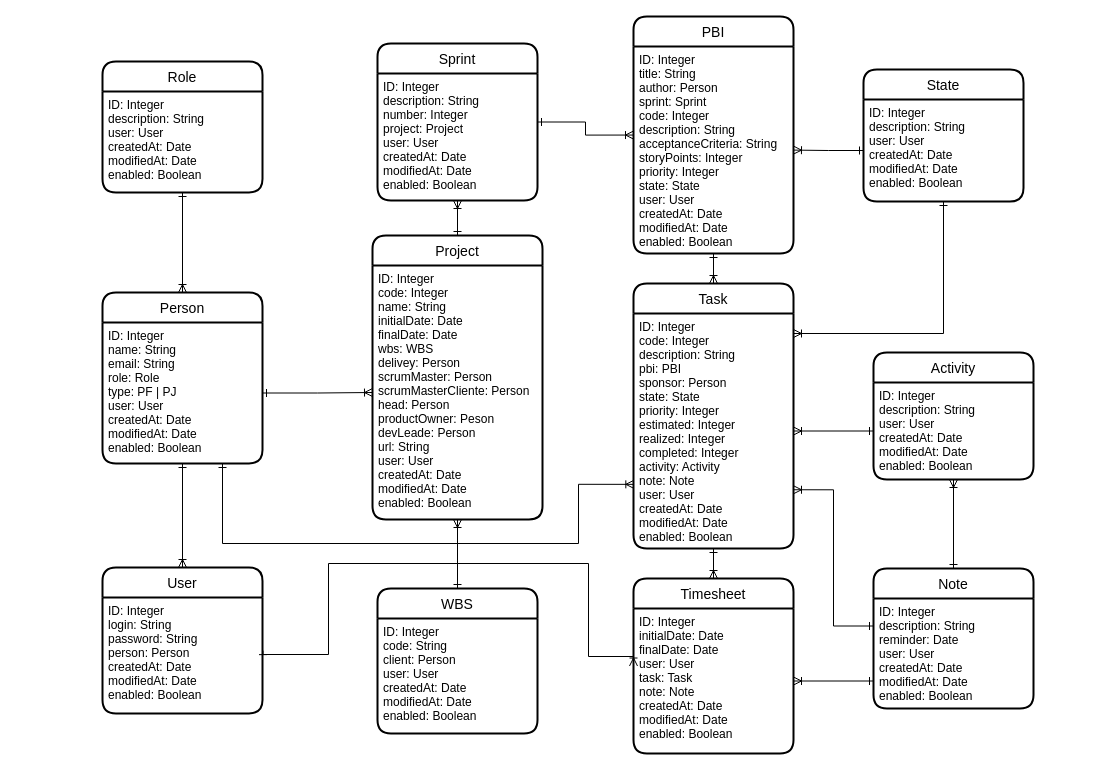
Before: modelo_dados.drawio in marcoscrocci/timesheet, a draw.io diagram. Source tidied: cells renumbered, new cells numbered last; positions are measured from the earlier drawing's top-left corner, leaving out a move shared by most shapes. Both pictures are drawn from the tidied source at 100%, with x=0, y=0 at pixel (102, 16).
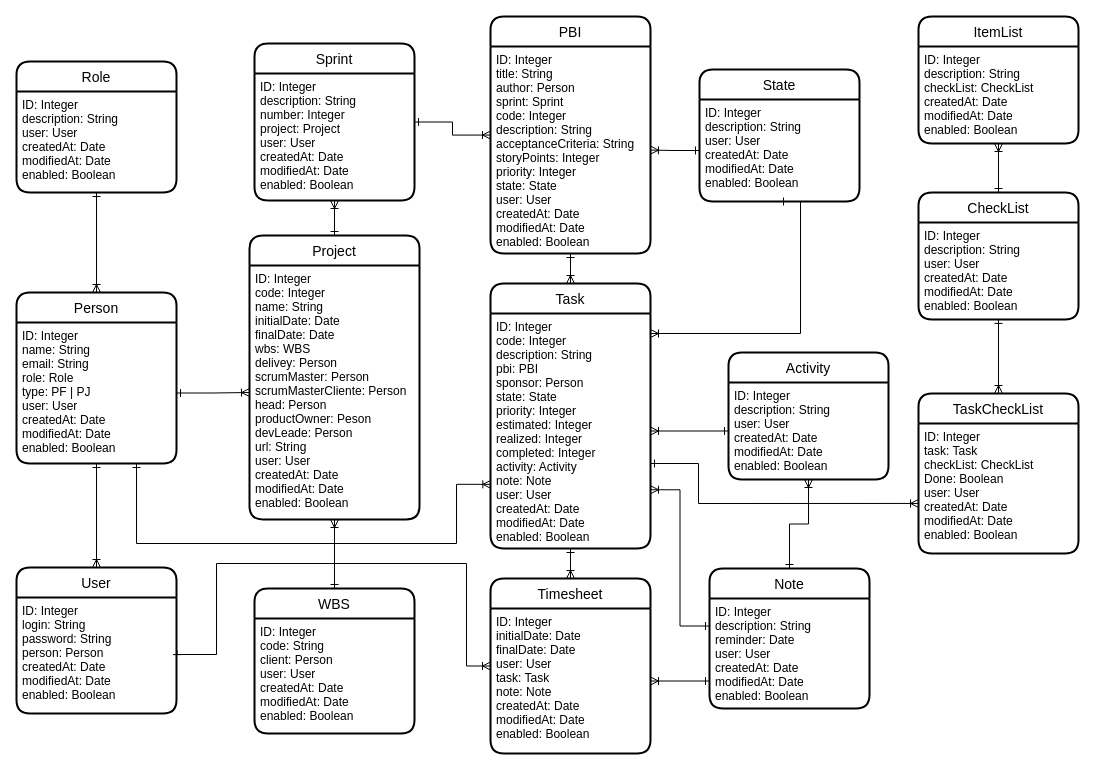
The same diagram, later.

The change refers to these unchanged cells:
```xml
<mxCell id="6" value="ID: Integer&#10;name: String&#10;email: String&#10;role: Role&#10;type: PF | PJ&#10;user: User&#10;createdAt: Date&#10;modifiedAt: Date&#10;enabled: Boolean" style="align=left;strokeColor=none;fillColor=none;spacingLeft=4;fontSize=12;verticalAlign=top;" parent="5" vertex="1">
  <mxGeometry y="30" width="160" height="141" as="geometry" />
</mxCell>
<mxCell id="12" value="ID: Integer&#10;code: Integer&#10;description: String&#10;pbi: PBI&#10;sponsor: Person&#10;state: State&#10;priority: Integer&#10;estimated: Integer&#10;realized: Integer&#10;completed: Integer&#10;activity: Activity&#10;note: Note&#10;user: User&#10;createdAt: Date&#10;modifiedAt: Date&#10;enabled: Boolean" style="align=left;strokeColor=none;fillColor=none;spacingLeft=4;fontSize=12;verticalAlign=top;" parent="11" vertex="1">
  <mxGeometry y="30" width="160" height="235" as="geometry" />
</mxCell>
<mxCell id="22" value="ID: Integer&#10;description: String&#10;user: User&#10;createdAt: Date&#10;modifiedAt: Date&#10;enabled: Boolean" style="align=left;strokeColor=none;fillColor=none;spacingLeft=4;fontSize=12;verticalAlign=top;" parent="21" vertex="1">
  <mxGeometry y="30" width="160" height="102" as="geometry" />
</mxCell>
<mxCell id="37" value="ID: Integer&#10;login: String&#10;password: String&#10;person: Person&#10;createdAt: Date&#10;modifiedAt: Date&#10;enabled: Boolean" style="align=left;strokeColor=none;fillColor=none;spacingLeft=4;fontSize=12;verticalAlign=top;" parent="36" vertex="1">
  <mxGeometry y="30" width="160" height="116" as="geometry" />
</mxCell>
```

Diff of the diagram source:
```diff
@@
     <mxCell id="3" value="Project" style="swimlane;horizontal=1;startSize=30;rounded=1;fontSize=14;fontStyle=0;strokeWidth=2;shadow=0;dashed=0;align=center;" parent="1" vertex="1">
-      <mxGeometry x="270" y="219" width="170" height="284" as="geometry" />
+      <mxGeometry x="147" y="219" width="170" height="284" as="geometry" />
     </mxCell>
@@
     <mxCell id="5" value="Person" style="swimlane;horizontal=1;startSize=30;rounded=1;fontSize=14;fontStyle=0;strokeWidth=2;shadow=0;dashed=0;align=center;" parent="1" vertex="1">
-      <mxGeometry y="276" width="160" height="171" as="geometry" />
+      <mxGeometry x="-86" y="276" width="160" height="171" as="geometry" />
     </mxCell>
@@
     <mxCell id="9" value="PBI" style="swimlane;horizontal=1;startSize=30;rounded=1;fontSize=14;fontStyle=0;strokeWidth=2;shadow=0;dashed=0;align=center;" parent="1" vertex="1">
-      <mxGeometry x="531" y="0.1" width="160" height="236.9" as="geometry" />
+      <mxGeometry x="388" y="0.1" width="160" height="236.9" as="geometry" />
     </mxCell>
@@
+    <mxCell id="42" style="edgeStyle=orthogonalEdgeStyle;rounded=0;jettySize=auto;html=1;startArrow=ERone;startFill=0;endArrow=ERoneToMany;endFill=0;entryX=0;entryY=0.615;entryDx=0;entryDy=0;entryPerimeter=0;" parent="1" edge="1" source="11" target="49">
+      <mxGeometry relative="1" as="geometry">
+        <Array as="points">
+          <mxPoint x="596" y="447" />
+          <mxPoint x="596" y="487" />
+        </Array>
+      </mxGeometry>
+    </mxCell>
     <mxCell id="11" value="Task" style="swimlane;horizontal=1;startSize=30;rounded=1;fontSize=14;fontStyle=0;strokeWidth=2;shadow=0;dashed=0;align=center;" parent="1" vertex="1">
-      <mxGeometry x="531" y="267" width="160" height="265" as="geometry" />
+      <mxGeometry x="388" y="267" width="160" height="265" as="geometry" />
     </mxCell>
@@
     <mxCell id="13" value="Timesheet" style="swimlane;horizontal=1;startSize=30;rounded=1;fontSize=14;fontStyle=0;strokeWidth=2;shadow=0;dashed=0;align=center;" parent="1" vertex="1">
-      <mxGeometry x="531" y="562" width="160" height="175" as="geometry" />
+      <mxGeometry x="388" y="562" width="160" height="175" as="geometry" />
     </mxCell>
@@
     <mxCell id="16" value="Sprint" style="swimlane;horizontal=1;startSize=30;rounded=1;fontSize=14;fontStyle=0;strokeWidth=2;shadow=0;dashed=0;align=center;" parent="1" vertex="1">
-      <mxGeometry x="275" y="27" width="160" height="157" as="geometry" />
+      <mxGeometry x="152" y="27" width="160" height="157" as="geometry" />
     </mxCell>
@@
     <mxCell id="18" value="Role" style="swimlane;horizontal=1;startSize=30;rounded=1;fontSize=14;fontStyle=0;strokeWidth=2;shadow=0;dashed=0;align=center;" parent="1" vertex="1">
-      <mxGeometry y="45" width="160" height="131" as="geometry" />
+      <mxGeometry x="-86" y="45" width="160" height="131" as="geometry" />
     </mxCell>
@@
     <mxCell id="21" value="State" style="swimlane;horizontal=1;startSize=30;rounded=1;fontSize=14;fontStyle=0;strokeWidth=2;shadow=0;dashed=0;align=center;" parent="1" vertex="1">
-      <mxGeometry x="761" y="53" width="160" height="132" as="geometry" />
+      <mxGeometry x="597" y="53" width="160" height="132" as="geometry" />
     </mxCell>
@@
     <mxCell id="24" style="edgeStyle=orthogonalEdgeStyle;rounded=0;jettySize=auto;html=1;exitX=0.5;exitY=1;exitDx=0;exitDy=0;startArrow=ERone;startFill=0;endArrow=ERoneToMany;endFill=0;" parent="1" edge="1" source="22">
       <mxGeometry relative="1" as="geometry">
-        <mxPoint x="691" y="317" as="targetPoint" />
+        <mxPoint x="548" y="317" as="targetPoint" />
         <Array as="points">
-          <mxPoint x="841" y="317" />
+          <mxPoint x="698" y="317" />
         </Array>
       </mxGeometry>
     </mxCell>
     <mxCell id="25" value="Activity" style="swimlane;horizontal=1;startSize=30;rounded=1;fontSize=14;fontStyle=0;strokeWidth=2;shadow=0;dashed=0;align=center;" parent="1" vertex="1">
-      <mxGeometry x="771" y="336" width="160" height="127" as="geometry" />
+      <mxGeometry x="626" y="336" width="160" height="127" as="geometry" />
     </mxCell>
@@
     <mxCell id="29" value="Note" style="swimlane;horizontal=1;startSize=30;rounded=1;fontSize=14;fontStyle=0;strokeWidth=2;shadow=0;dashed=0;align=center;" parent="1" vertex="1">
-      <mxGeometry x="771" y="552" width="160" height="140" as="geometry" />
+      <mxGeometry x="607" y="552" width="160" height="140" as="geometry" />
     </mxCell>
@@
     <mxCell id="32" value="WBS" style="swimlane;horizontal=1;startSize=30;rounded=1;fontSize=14;fontStyle=0;strokeWidth=2;shadow=0;dashed=0;align=center;" parent="1" vertex="1">
-      <mxGeometry x="275" y="572" width="160" height="145" as="geometry" />
+      <mxGeometry x="152" y="572" width="160" height="145" as="geometry" />
     </mxCell>
@@
     <mxCell id="36" value="User" style="swimlane;horizontal=1;startSize=30;rounded=1;fontSize=14;fontStyle=0;strokeWidth=2;shadow=0;dashed=0;align=center;" parent="1" vertex="1">
-      <mxGeometry y="551" width="160" height="146" as="geometry" />
+      <mxGeometry x="-86" y="551" width="160" height="146" as="geometry" />
     </mxCell>
@@
     <mxCell id="39" style="edgeStyle=orthogonalEdgeStyle;rounded=0;jettySize=auto;html=1;exitX=0.75;exitY=1;exitDx=0;exitDy=0;entryX=0.002;entryY=0.727;entryDx=0;entryDy=0;startArrow=ERone;startFill=0;endArrow=ERoneToMany;endFill=0;entryPerimeter=0;" parent="1" edge="1" source="6" target="12">
       <mxGeometry relative="1" as="geometry">
         <Array as="points">
-          <mxPoint x="120" y="527" />
-          <mxPoint x="476" y="527" />
-          <mxPoint x="476" y="468" />
+          <mxPoint x="34" y="527" />
+          <mxPoint x="354" y="527" />
+          <mxPoint x="354" y="468" />
         </Array>
       </mxGeometry>
     </mxCell>
     <mxCell id="40" style="edgeStyle=orthogonalEdgeStyle;rounded=0;jettySize=auto;html=1;entryX=0;entryY=0.5;entryDx=0;entryDy=0;startArrow=ERone;startFill=0;endArrow=ERoneToMany;endFill=0;exitX=1.003;exitY=0.458;exitDx=0;exitDy=0;exitPerimeter=0;" parent="1" edge="1" source="37" target="13">
       <mxGeometry relative="1" as="geometry">
         <Array as="points">
-          <mxPoint x="226" y="638" />
-          <mxPoint x="226" y="547" />
-          <mxPoint x="486" y="547" />
-          <mxPoint x="486" y="640" />
-          <mxPoint x="531" y="640" />
+          <mxPoint x="74" y="638" />
+          <mxPoint x="114" y="638" />
+          <mxPoint x="114" y="547" />
+          <mxPoint x="364" y="547" />
+          <mxPoint x="364" y="650" />
         </Array>
       </mxGeometry>
     </mxCell>
@@
+    <mxCell id="43" value="CheckList" style="swimlane;horizontal=1;startSize=30;rounded=1;fontSize=14;fontStyle=0;strokeWidth=2;shadow=0;dashed=0;align=center;" parent="1" vertex="1">
+      <mxGeometry x="816" y="176" width="160" height="126.9" as="geometry" />
+    </mxCell>
+    <mxCell id="44" value="ID: Integer&#10;description: String&#10;user: User&#10;createdAt: Date&#10;modifiedAt: Date&#10;enabled: Boolean" style="align=left;strokeColor=none;fillColor=none;spacingLeft=4;fontSize=12;verticalAlign=top;" parent="43" vertex="1">
+      <mxGeometry y="30" width="160" height="96.9" as="geometry" />
+    </mxCell>
+    <mxCell id="45" value="ItemList" style="swimlane;horizontal=1;startSize=30;rounded=1;fontSize=14;fontStyle=0;strokeWidth=2;shadow=0;dashed=0;align=center;" parent="1" vertex="1">
+      <mxGeometry x="816" y="0.1" width="160" height="126.9" as="geometry" />
+    </mxCell>
+    <mxCell id="46" value="ID: Integer&#10;description: String&#10;checkList: CheckList&#10;createdAt: Date&#10;modifiedAt: Date&#10;enabled: Boolean" style="align=left;strokeColor=none;fillColor=none;spacingLeft=4;fontSize=12;verticalAlign=top;" parent="45" vertex="1">
+      <mxGeometry y="30" width="160" height="96.9" as="geometry" />
+    </mxCell>
+    <mxCell id="47" style="edgeStyle=orthogonalEdgeStyle;rounded=0;jettySize=auto;html=1;exitX=0.5;exitY=0;exitDx=0;exitDy=0;entryX=0.5;entryY=1;entryDx=0;entryDy=0;startArrow=ERone;startFill=0;endArrow=ERoneToMany;endFill=0;" parent="1" edge="1" source="43" target="46">
+      <mxGeometry relative="1" as="geometry" />
+    </mxCell>
+    <mxCell id="48" value="TaskCheckList" style="swimlane;horizontal=1;startSize=30;rounded=1;fontSize=14;fontStyle=0;strokeWidth=2;shadow=0;dashed=0;align=center;" parent="1" vertex="1">
+      <mxGeometry x="816" y="377" width="160" height="160" as="geometry" />
+    </mxCell>
+    <mxCell id="49" value="ID: Integer&#10;task: Task&#10;checkList: CheckList&#10;Done: Boolean&#10;user: User&#10;createdAt: Date&#10;modifiedAt: Date&#10;enabled: Boolean" style="align=left;strokeColor=none;fillColor=none;spacingLeft=4;fontSize=12;verticalAlign=top;" parent="48" vertex="1">
+      <mxGeometry y="30" width="160" height="130" as="geometry" />
+    </mxCell>
+    <mxCell id="50" style="edgeStyle=orthogonalEdgeStyle;rounded=0;jettySize=auto;html=1;exitX=0.5;exitY=1;exitDx=0;exitDy=0;entryX=0.5;entryY=0;entryDx=0;entryDy=0;startArrow=ERone;startFill=0;endArrow=ERoneToMany;endFill=0;" parent="1" edge="1" source="44" target="48">
+      <mxGeometry relative="1" as="geometry" />
+    </mxCell>
```
